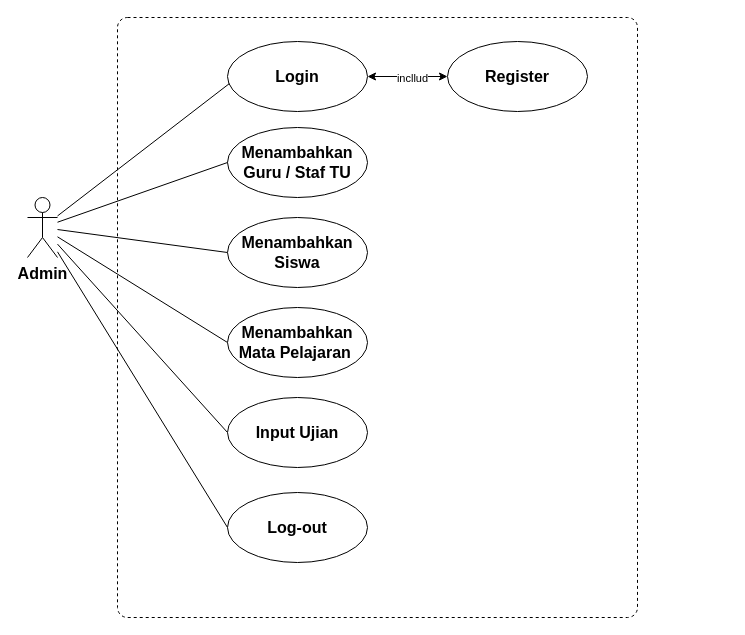
Before: page "use case(admin)" (1 of 7) of project.drawio in saidhanani984/Project, a draw.io diagram. Source tidied: cells renumbered, new cells numbered last; positions are measured from the earlier drawing's top-left corner, leaving out a move shared by most shapes. Both pictures are drawn from the tidied source at 100%, with x=0, y=0 at pixel (27, 17).
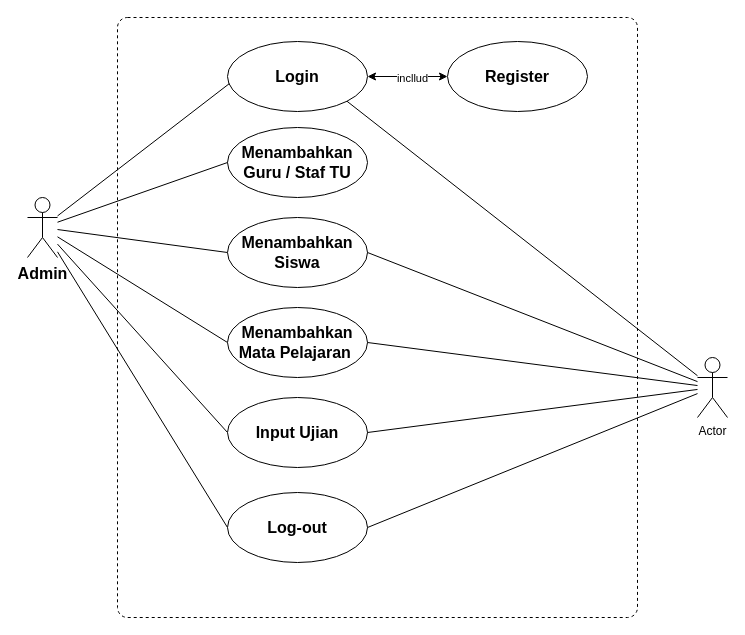
The same diagram, later.

Unchanged cells that the change refers to:
```xml
<mxCell id="10" value="Login" style="ellipse;whiteSpace=wrap;html=1;fontStyle=1;fontSize=16;" parent="1" vertex="1">
  <mxGeometry x="200" y="24" width="140" height="70" as="geometry" />
</mxCell>
<mxCell id="12" value="Menambahkan&lt;div&gt;Siswa&lt;/div&gt;" style="ellipse;whiteSpace=wrap;html=1;fontStyle=1;fontSize=16;" parent="1" vertex="1">
  <mxGeometry x="200" y="200" width="140" height="70" as="geometry" />
</mxCell>
<mxCell id="13" value="Menambahkan&lt;div&gt;Mata Pelajaran&amp;nbsp;&lt;/div&gt;" style="ellipse;whiteSpace=wrap;html=1;fontStyle=1;fontSize=16;" parent="1" vertex="1">
  <mxGeometry x="200" y="290" width="140" height="70" as="geometry" />
</mxCell>
<mxCell id="14" value="Input Ujian" style="ellipse;whiteSpace=wrap;html=1;fontStyle=1;fontSize=16;" parent="1" vertex="1">
  <mxGeometry x="200" y="380" width="140" height="70" as="geometry" />
</mxCell>
<mxCell id="15" value="Log-out" style="ellipse;whiteSpace=wrap;html=1;fontStyle=1;fontSize=16;" parent="1" vertex="1">
  <mxGeometry x="200" y="475" width="140" height="70" as="geometry" />
</mxCell>
```

The edit, as a diff of the source:
```diff
@@
+    <mxCell id="19" style="rounded=0;jettySize=auto;html=1;entryX=1;entryY=0.5;entryDx=0;entryDy=0;endArrow=none;endFill=0;" parent="1" edge="1" source="24" target="12">
+      <mxGeometry relative="1" as="geometry" />
+    </mxCell>
+    <mxCell id="20" style="rounded=0;jettySize=auto;html=1;entryX=1;entryY=0.5;entryDx=0;entryDy=0;endArrow=none;endFill=0;" parent="1" edge="1" source="24" target="13">
+      <mxGeometry relative="1" as="geometry" />
+    </mxCell>
+    <mxCell id="21" style="rounded=0;jettySize=auto;html=1;entryX=1;entryY=1;entryDx=0;entryDy=0;endArrow=none;endFill=0;" parent="1" edge="1" source="24" target="10">
+      <mxGeometry relative="1" as="geometry" />
+    </mxCell>
+    <mxCell id="22" style="rounded=0;jettySize=auto;html=1;entryX=1;entryY=0.5;entryDx=0;entryDy=0;endArrow=none;endFill=0;" parent="1" edge="1" source="24" target="14">
+      <mxGeometry relative="1" as="geometry" />
+    </mxCell>
+    <mxCell id="23" style="rounded=0;jettySize=auto;html=1;entryX=1;entryY=0.5;entryDx=0;entryDy=0;endArrow=none;endFill=0;" parent="1" edge="1" source="24" target="15">
+      <mxGeometry relative="1" as="geometry" />
+    </mxCell>
+    <mxCell id="24" value="Actor" style="shape=umlActor;verticalLabelPosition=bottom;verticalAlign=top;html=1;" parent="1" vertex="1">
+      <mxGeometry x="670" y="340" width="30" height="60" as="geometry" />
+    </mxCell>
```
